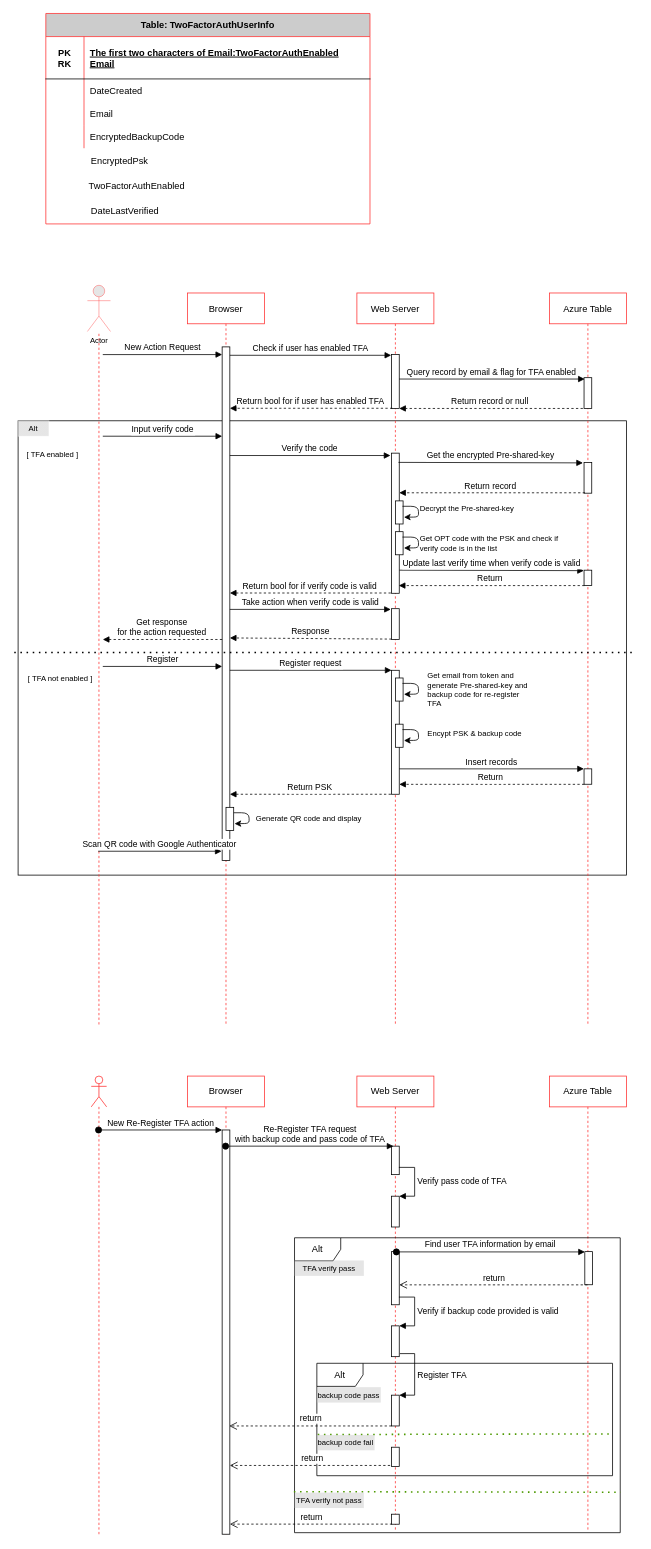
The draw.io diagram Untitled Diagram.drawio in NJGehe/AngularJSTwoFactorAuthentication, before the edit. Source tidied: cells renumbered, new cells numbered last; positions are measured from the earlier drawing's top-left corner, leaving out a move shared by most shapes. Both pictures are drawn from the tidied source at 77%, with x=0, y=0 at pixel (14, 13).
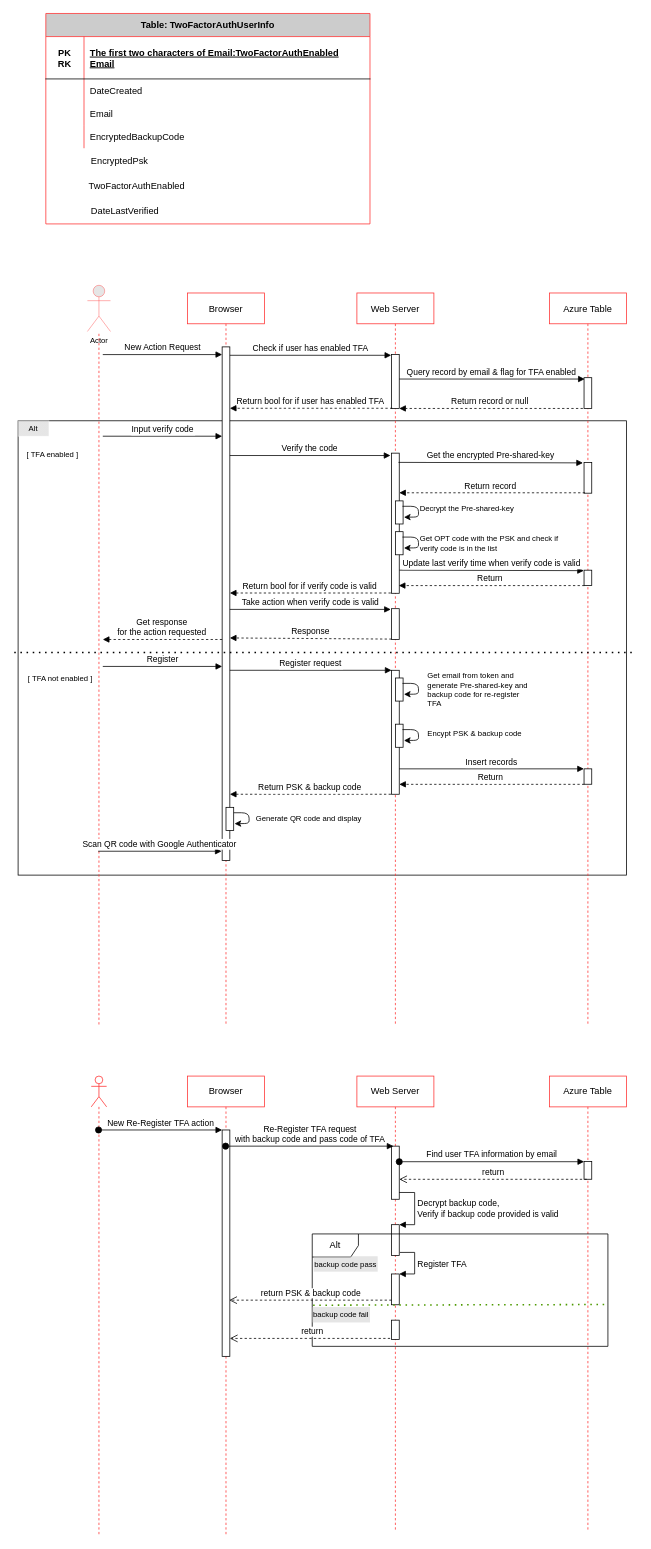
The same page after the edit.

The change refers to these unchanged cells:
```xml
<mxCell id="4" style="points=[];perimeter=orthogonalPerimeter;rounded=0;shadow=0;strokeWidth=1;" parent="3" vertex="1">
  <mxGeometry x="45" y="70" width="10" height="667" as="geometry" />
</mxCell>
<mxCell id="11" style="points=[];perimeter=orthogonalPerimeter;rounded=0;shadow=0;strokeWidth=1;" parent="7" vertex="1">
  <mxGeometry x="45" y="490" width="10" height="161" as="geometry" />
</mxCell>
<mxCell id="58" value="Browser" style="shape=umlLifeline;perimeter=lifelinePerimeter;whiteSpace=wrap;html=1;outlineConnect=0;strokeColor=#FF3333;" parent="1" vertex="1">
  <mxGeometry x="225" y="1380" width="100" height="595" as="geometry" />
</mxCell>
<mxCell id="60" value="Web Server" style="shape=umlLifeline;perimeter=lifelinePerimeter;whiteSpace=wrap;html=1;strokeColor=#FF3333;" parent="1" vertex="1">
  <mxGeometry x="445" y="1380" width="100" height="589" as="geometry" />
</mxCell>
<mxCell id="64" value="Azure Table" style="shape=umlLifeline;perimeter=lifelinePerimeter;whiteSpace=wrap;html=1;strokeColor=#FF3333;" parent="1" vertex="1">
  <mxGeometry x="695" y="1380" width="100" height="589" as="geometry" />
</mxCell>
```

What changed in the source:
```diff
@@
-    <mxCell id="53" value="Return PSK" style="verticalAlign=bottom;endArrow=block;shadow=0;strokeWidth=1;dashed=1;exitX=-0.082;exitY=1;exitDx=0;exitDy=0;exitPerimeter=0;" parent="1" edge="1" source="11" target="4">
+    <mxCell id="53" value="Return PSK &amp; backup code" style="verticalAlign=bottom;endArrow=block;shadow=0;strokeWidth=1;dashed=1;exitX=-0.082;exitY=1;exitDx=0;exitDy=0;exitPerimeter=0;" parent="1" edge="1" source="11" target="4">
       <mxGeometry relative="1" as="geometry" />
     </mxCell>
@@
     <mxCell id="59" style="html=1;points=[];perimeter=orthogonalPerimeter;" parent="58" vertex="1">
-      <mxGeometry x="45" y="70" width="10" height="525" as="geometry" />
+      <mxGeometry x="45" y="70" width="10" height="294" as="geometry" />
     </mxCell>
@@
-    <mxCell id="61" style="html=1;points=[];perimeter=orthogonalPerimeter;" parent="60" vertex="1">
-      <mxGeometry x="45" y="91" width="10" height="37" as="geometry" />
-    </mxCell>
-    <mxCell id="62" style="html=1;points=[];perimeter=orthogonalPerimeter;" parent="60" vertex="1">
-      <mxGeometry x="45" y="156" width="10" height="40" as="geometry" />
-    </mxCell>
-    <mxCell id="63" value="Verify pass code of TFA" style="edgeStyle=orthogonalEdgeStyle;html=1;align=left;spacingLeft=2;endArrow=block;rounded=0;entryX=1;entryY=0;exitX=0.957;exitY=0.745;exitDx=0;exitDy=0;exitPerimeter=0;" parent="60" edge="1" source="61" target="62">
-      <mxGeometry relative="1" as="geometry">
-        <Array as="points">
-          <mxPoint x="75" y="119" />
-          <mxPoint x="75" y="156" />
-          <mxPoint x="55" y="156" />
-        </Array>
-      </mxGeometry>
-    </mxCell>
+    <mxCell id="73" style="html=1;points=[];perimeter=orthogonalPerimeter;" parent="60" vertex="1">
+      <mxGeometry x="45" y="91" width="10" height="69" as="geometry" />
+    </mxCell>
+    <mxCell id="75" style="html=1;points=[];perimeter=orthogonalPerimeter;" parent="60" vertex="1">
+      <mxGeometry x="45" y="193" width="10" height="40" as="geometry" />
+    </mxCell>
+    <mxCell id="76" value="Decrypt backup code,&lt;br&gt;Verify if backup code provided is valid" style="edgeStyle=orthogonalEdgeStyle;html=1;align=left;spacingLeft=2;endArrow=block;rounded=0;entryX=1;entryY=0;exitX=0.986;exitY=0.872;exitDx=0;exitDy=0;exitPerimeter=0;" parent="60" edge="1" source="73" target="75">
+      <mxGeometry relative="1" as="geometry">
+        <Array as="points">
+          <mxPoint x="75" y="151" />
+          <mxPoint x="75" y="193" />
+          <mxPoint x="55" y="193" />
+        </Array>
+      </mxGeometry>
+    </mxCell>
+    <mxCell id="81" style="html=1;points=[];perimeter=orthogonalPerimeter;" parent="60" vertex="1">
+      <mxGeometry x="45" y="257" width="10" height="40" as="geometry" />
+    </mxCell>
+    <mxCell id="82" value="Register TFA&amp;nbsp;" style="edgeStyle=orthogonalEdgeStyle;html=1;align=left;spacingLeft=2;endArrow=block;rounded=0;entryX=1;entryY=0;exitX=1.083;exitY=0.901;exitDx=0;exitDy=0;exitPerimeter=0;" parent="60" edge="1" source="75" target="81">
+      <mxGeometry relative="1" as="geometry">
+        <Array as="points">
+          <mxPoint x="75" y="229" />
+          <mxPoint x="75" y="257" />
+        </Array>
+      </mxGeometry>
+    </mxCell>
@@
+    <mxCell id="71" style="html=1;points=[];perimeter=orthogonalPerimeter;" parent="64" vertex="1">
+      <mxGeometry x="45" y="111" width="10" height="23" as="geometry" />
+    </mxCell>
@@
-    <mxCell id="66" value="Re-Register TFA request&lt;br&gt;with backup code and pass code of TFA" style="html=1;verticalAlign=bottom;startArrow=oval;endArrow=block;startSize=8;entryX=0.25;entryY=0;entryDx=0;entryDy=0;entryPerimeter=0;" parent="1" edge="1" source="58" target="61">
-      <mxGeometry relative="1" as="geometry" />
+    <mxCell id="66" value="Re-Register TFA request&lt;br&gt;with backup code and pass code of TFA" style="html=1;verticalAlign=bottom;startArrow=oval;endArrow=block;startSize=8;entryX=0.25;entryY=0;entryDx=0;entryDy=0;entryPerimeter=0;" parent="1" edge="1" source="58">
+      <mxGeometry relative="1" as="geometry">
+        <mxPoint x="492.5" y="1471" as="targetPoint" />
+      </mxGeometry>
     </mxCell>
-    <mxCell id="67" value="Alt" style="shape=umlFrame;whiteSpace=wrap;html=1;" parent="1" vertex="1">
-      <mxGeometry x="364" y="1590" width="423" height="383" as="geometry" />
-    </mxCell>
-    <mxCell id="68" style="endArrow=none;dashed=1;html=1;dashPattern=1 3;strokeWidth=2;fontSize=10;exitX=-0.002;exitY=0.861;exitDx=0;exitDy=0;exitPerimeter=0;entryX=1.001;entryY=0.863;entryDx=0;entryDy=0;entryPerimeter=0;strokeColor=#4D9900;" parent="1" edge="1" source="67" target="67">
-      <mxGeometry relative="1" as="geometry" />
-    </mxCell>
-    <mxCell id="69" value="TFA verify pass" style="text;html=1;strokeColor=none;align=center;verticalAlign=middle;whiteSpace=wrap;rounded=0;shadow=0;fontSize=10;opacity=50;fillColor=#CCCCCC;" parent="1" vertex="1">
-      <mxGeometry x="364" y="1619.5" width="90" height="20" as="geometry" />
-    </mxCell>
-    <mxCell id="70" value="TFA verify not pass" style="text;html=1;strokeColor=none;align=center;verticalAlign=middle;whiteSpace=wrap;rounded=0;shadow=0;fontSize=10;opacity=50;fillColor=#CCCCCC;" parent="1" vertex="1">
-      <mxGeometry x="364" y="1921" width="90" height="20" as="geometry" />
-    </mxCell>
-    <mxCell id="71" style="html=1;points=[];perimeter=orthogonalPerimeter;" parent="1" vertex="1">
-      <mxGeometry x="741" y="1608" width="10" height="43" as="geometry" />
-    </mxCell>
@@
-    <mxCell id="73" style="html=1;points=[];perimeter=orthogonalPerimeter;" parent="1" vertex="1">
-      <mxGeometry x="490" y="1608" width="10" height="69" as="geometry" />
-    </mxCell>
-    <mxCell id="74" value="Find user TFA information by email" style="html=1;verticalAlign=bottom;startArrow=oval;endArrow=block;startSize=8;entryX=0.007;entryY=0.009;entryDx=0;entryDy=0;entryPerimeter=0;exitX=0.624;exitY=0.005;exitDx=0;exitDy=0;exitPerimeter=0;" parent="1" edge="1" source="73" target="71">
+    <mxCell id="74" value="Find user TFA information by email" style="html=1;verticalAlign=bottom;startArrow=oval;endArrow=block;startSize=8;entryX=0.007;entryY=0.009;entryDx=0;entryDy=0;entryPerimeter=0;" parent="1" edge="1" source="73" target="71">
       <mxGeometry relative="1" as="geometry" />
     </mxCell>
-    <mxCell id="75" style="html=1;points=[];perimeter=orthogonalPerimeter;" parent="1" vertex="1">
-      <mxGeometry x="490" y="1704.4" width="10" height="40" as="geometry" />
-    </mxCell>
-    <mxCell id="76" value="Verify if backup code provided is valid" style="edgeStyle=orthogonalEdgeStyle;html=1;align=left;spacingLeft=2;endArrow=block;rounded=0;entryX=1;entryY=0;exitX=0.957;exitY=0.745;exitDx=0;exitDy=0;exitPerimeter=0;" parent="1" edge="1" target="75">
-      <mxGeometry relative="1" as="geometry">
-        <mxPoint x="499.6" y="1667" as="sourcePoint" />
-        <Array as="points">
-          <mxPoint x="520" y="1667.4" />
-          <mxPoint x="520" y="1704.4" />
-          <mxPoint x="500" y="1704.4" />
-        </Array>
-      </mxGeometry>
-    </mxCell>
-    <mxCell id="77" value="return" style="html=1;verticalAlign=bottom;endArrow=open;dashed=1;endSize=8;exitX=0.083;exitY=0.991;exitDx=0;exitDy=0;exitPerimeter=0;" parent="1" edge="1" source="78" target="59">
-      <mxGeometry relative="1" as="geometry" />
-    </mxCell>
-    <mxCell id="78" style="html=1;points=[];perimeter=orthogonalPerimeter;" parent="1" vertex="1">
-      <mxGeometry x="490" y="1949" width="10" height="13" as="geometry" />
-    </mxCell>
     <mxCell id="79" value="Alt" style="shape=umlFrame;whiteSpace=wrap;html=1;" parent="1" vertex="1">
-      <mxGeometry x="393" y="1753" width="384" height="146" as="geometry" />
+      <mxGeometry x="387" y="1585" width="384" height="146" as="geometry" />
     </mxCell>
@@
-    <mxCell id="81" style="html=1;points=[];perimeter=orthogonalPerimeter;" parent="1" vertex="1">
-      <mxGeometry x="490" y="1794.4" width="10" height="40" as="geometry" />
-    </mxCell>
-    <mxCell id="82" value="Register TFA&amp;nbsp;" style="edgeStyle=orthogonalEdgeStyle;html=1;align=left;spacingLeft=2;endArrow=block;rounded=0;entryX=1;entryY=0;exitX=1.083;exitY=0.901;exitDx=0;exitDy=0;exitPerimeter=0;" parent="1" edge="1" source="75" target="81">
-      <mxGeometry relative="1" as="geometry">
-        <Array as="points">
-          <mxPoint x="520" y="1741" />
-          <mxPoint x="520" y="1794" />
-        </Array>
-      </mxGeometry>
-    </mxCell>
     <mxCell id="83" value="backup code pass" style="text;html=1;strokeColor=none;align=center;verticalAlign=middle;whiteSpace=wrap;rounded=0;shadow=0;fontSize=10;opacity=50;fillColor=#CCCCCC;" parent="1" vertex="1">
-      <mxGeometry x="393" y="1784" width="83" height="20" as="geometry" />
+      <mxGeometry x="389" y="1614" width="83" height="20" as="geometry" />
     </mxCell>
     <mxCell id="84" value="backup code fail" style="text;html=1;strokeColor=none;align=center;verticalAlign=middle;whiteSpace=wrap;rounded=0;shadow=0;fontSize=10;opacity=50;fillColor=#CCCCCC;" parent="1" vertex="1">
-      <mxGeometry x="393" y="1846" width="75" height="20" as="geometry" />
+      <mxGeometry x="387" y="1680" width="75" height="20" as="geometry" />
     </mxCell>
-    <mxCell id="85" value="return" style="html=1;verticalAlign=bottom;endArrow=open;dashed=1;endSize=8;exitX=0.083;exitY=0.991;exitDx=0;exitDy=0;exitPerimeter=0;" parent="1" edge="1">
+    <mxCell id="85" value="return PSK &amp;amp; backup code" style="html=1;verticalAlign=bottom;endArrow=open;dashed=1;endSize=8;exitX=0.083;exitY=0.991;exitDx=0;exitDy=0;exitPerimeter=0;" parent="1" edge="1">
       <mxGeometry relative="1" as="geometry">
-        <mxPoint x="490" y="1834.4" as="sourcePoint" />
-        <mxPoint x="279.2" y="1834.4" as="targetPoint" />
+        <mxPoint x="490" y="1671" as="sourcePoint" />
+        <mxPoint x="279.2" y="1671" as="targetPoint" />
       </mxGeometry>
     </mxCell>
@@
     <mxCell id="87" style="html=1;points=[];perimeter=orthogonalPerimeter;" parent="1" vertex="1">
-      <mxGeometry x="490" y="1862" width="10" height="25" as="geometry" />
+      <mxGeometry x="490" y="1697" width="10" height="25" as="geometry" />
     </mxCell>
```
